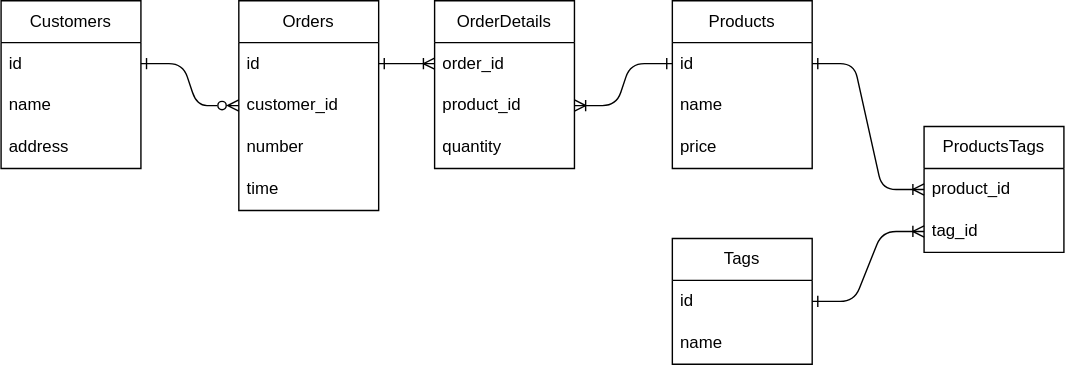
Above: 07_sqlalchemy_example/model.drawio.svg in still-coding/se_python_snippets (draw.io), before the change. Source tidied: cells renumbered, new cells last; positions are measured from the earlier drawing's top-left corner, leaving out a move shared by most shapes.
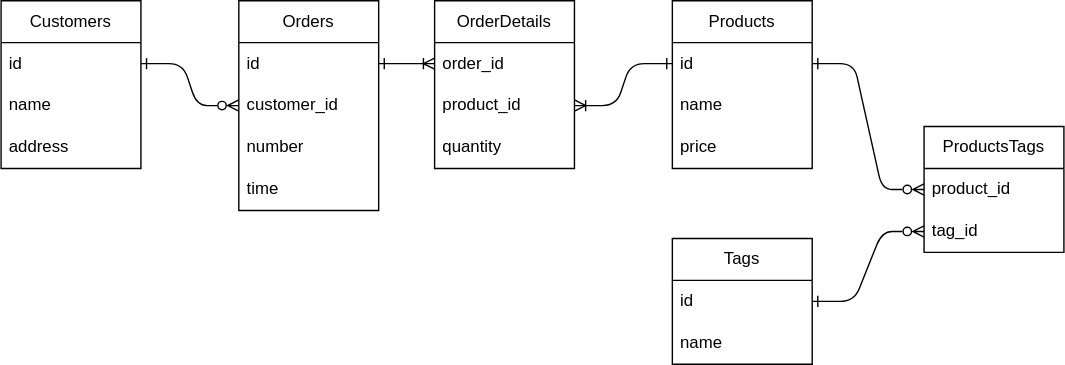
The same diagram one commit later.

What changed in the source:
```diff
@@ -80,10 +80,10 @@
     <mxCell id="27" value="tag_id" style="text;strokeColor=none;fillColor=none;align=left;verticalAlign=middle;spacingLeft=4;spacingRight=4;overflow=hidden;points=[[0,0.5],[1,0.5]];portConstraint=eastwest;whiteSpace=wrap;html=1;" parent="25" vertex="1">
       <mxGeometry y="60" width="100" height="30" as="geometry" />
     </mxCell>
-    <mxCell id="28" style="edgeStyle=entityRelationEdgeStyle;html=1;exitX=0;exitY=0.5;exitDx=0;exitDy=0;entryX=1;entryY=0.5;entryDx=0;entryDy=0;startArrow=ERoneToMany;startFill=0;endArrow=ERone;endFill=0;" parent="1" edge="1" source="26" target="7">
+    <mxCell id="28" style="edgeStyle=entityRelationEdgeStyle;html=1;exitX=0;exitY=0.5;exitDx=0;exitDy=0;entryX=1;entryY=0.5;entryDx=0;entryDy=0;startArrow=ERzeroToMany;startFill=0;endArrow=ERone;endFill=0;" parent="1" edge="1" source="26" target="7">
       <mxGeometry relative="1" as="geometry" />
     </mxCell>
-    <mxCell id="29" style="edgeStyle=entityRelationEdgeStyle;html=1;exitX=0;exitY=0.5;exitDx=0;exitDy=0;entryX=1;entryY=0.5;entryDx=0;entryDy=0;startArrow=ERoneToMany;startFill=0;endArrow=ERone;endFill=0;" parent="1" edge="1" source="27" target="23">
+    <mxCell id="29" style="edgeStyle=entityRelationEdgeStyle;html=1;exitX=0;exitY=0.5;exitDx=0;exitDy=0;entryX=1;entryY=0.5;entryDx=0;entryDy=0;startArrow=ERzeroToMany;startFill=0;endArrow=ERone;endFill=0;" parent="1" edge="1" source="27" target="23">
       <mxGeometry relative="1" as="geometry" />
     </mxCell>
   </root>
```
